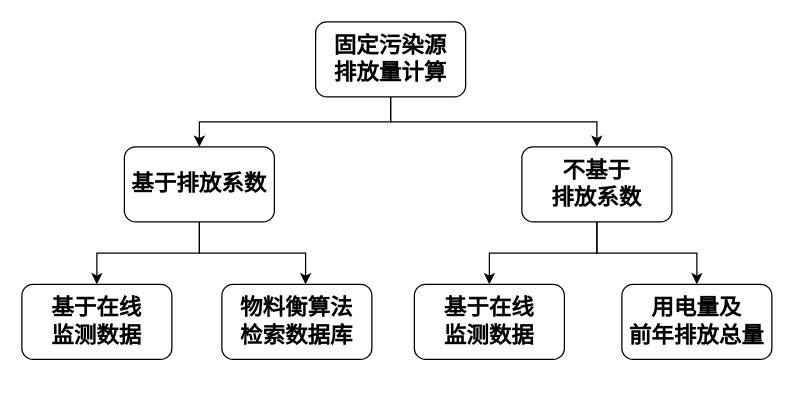
WienWong/Misc keeps this draw.io diagram as 固定污染源计算.drawio. Above is the earlier version. Source tidied: cells renumbered, new cells numbered last; positions are measured from the earlier drawing's top-left corner, leaving out a move shared by most shapes. Both pictures are drawn from the tidied source at 125%, with x=0, y=0 at pixel (21, 21).
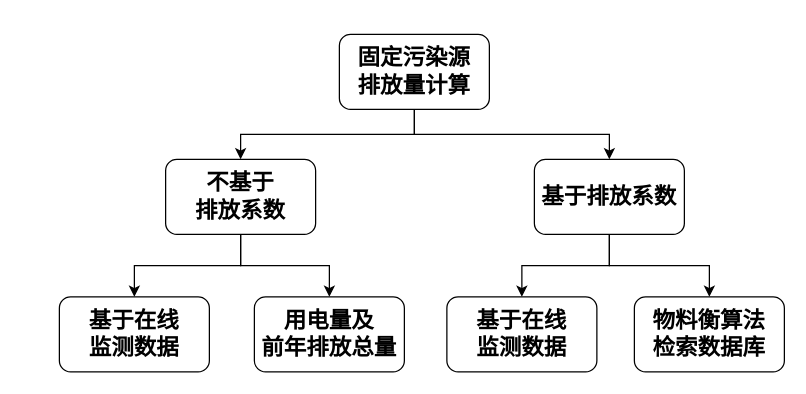
The same page after the edit.

Commit message:
Update 固定污染源计算.drawio

What changed in the source:
```diff
@@
 <mxGraphModel>
   <root>
     <mxCell id="0" />
     <mxCell id="1" parent="0" />
     <mxCell id="2" style="edgeStyle=orthogonalEdgeStyle;rounded=0;jettySize=auto;html=1;exitX=0.5;exitY=1;exitDx=0;exitDy=0;" parent="1" edge="1" source="4" target="10">
       <mxGeometry relative="1" as="geometry" />
     </mxCell>
     <mxCell id="3" style="edgeStyle=orthogonalEdgeStyle;rounded=0;jettySize=auto;html=1;exitX=0.5;exitY=1;exitDx=0;exitDy=0;" parent="1" edge="1" source="4" target="7">
       <mxGeometry relative="1" as="geometry" />
     </mxCell>
     <mxCell id="4" value="&lt;font style=&quot;font-size: 18px&quot;&gt;&lt;b&gt;固定污染源&lt;br&gt;排放量计算&lt;/b&gt;&lt;/font&gt;" style="rounded=1;whiteSpace=wrap;html=1;" parent="1" vertex="1">
-      <mxGeometry x="235" width="120" height="60" as="geometry" />
+      <mxGeometry x="254" y="10" width="120" height="60" as="geometry" />
     </mxCell>
     <mxCell id="5" style="edgeStyle=orthogonalEdgeStyle;rounded=0;jettySize=auto;html=1;exitX=0.5;exitY=1;exitDx=0;exitDy=0;entryX=0.5;entryY=0;entryDx=0;entryDy=0;" parent="1" edge="1" source="7" target="11">
       <mxGeometry relative="1" as="geometry" />
     </mxCell>
     <mxCell id="6" style="edgeStyle=orthogonalEdgeStyle;rounded=0;jettySize=auto;html=1;exitX=0.5;exitY=1;exitDx=0;exitDy=0;entryX=0.5;entryY=0;entryDx=0;entryDy=0;" parent="1" edge="1" source="7" target="12">
       <mxGeometry relative="1" as="geometry" />
     </mxCell>
     <mxCell id="7" value="&lt;font style=&quot;font-size: 18px&quot;&gt;&lt;b&gt;不基于&lt;br&gt;排放系数&lt;/b&gt;&lt;/font&gt;" style="rounded=1;whiteSpace=wrap;html=1;" parent="1" vertex="1">
-      <mxGeometry x="400" y="100" width="120" height="60" as="geometry" />
+      <mxGeometry x="115" y="110" width="120" height="60" as="geometry" />
     </mxCell>
     <mxCell id="8" style="edgeStyle=orthogonalEdgeStyle;rounded=0;jettySize=auto;html=1;exitX=0.5;exitY=1;exitDx=0;exitDy=0;entryX=0.5;entryY=0;entryDx=0;entryDy=0;" parent="1" edge="1" source="10" target="13">
       <mxGeometry relative="1" as="geometry" />
     </mxCell>
-    <mxCell id="9" style="edgeStyle=orthogonalEdgeStyle;rounded=0;jettySize=auto;html=1;exitX=0.5;exitY=1;exitDx=0;exitDy=0;entryX=0.558;entryY=0;entryDx=0;entryDy=0;entryPerimeter=0;" parent="1" edge="1" source="10" target="14">
+    <mxCell id="9" style="edgeStyle=orthogonalEdgeStyle;rounded=0;jettySize=auto;html=1;exitX=0.5;exitY=1;exitDx=0;exitDy=0;entryX=0.5;entryY=0;entryDx=0;entryDy=0;" parent="1" edge="1" source="10" target="14">
       <mxGeometry relative="1" as="geometry" />
     </mxCell>
     <mxCell id="10" value="&lt;font style=&quot;font-size: 18px&quot;&gt;&lt;b&gt;基于排放系数&lt;/b&gt;&lt;/font&gt;" style="rounded=1;whiteSpace=wrap;html=1;" parent="1" vertex="1">
-      <mxGeometry x="82" y="100" width="120" height="60" as="geometry" />
+      <mxGeometry x="410" y="110" width="120" height="60" as="geometry" />
     </mxCell>
     <mxCell id="11" value="&lt;font style=&quot;font-size: 18px&quot;&gt;&lt;b&gt;基于在线&lt;br&gt;监测数据&lt;/b&gt;&lt;/font&gt;" style="rounded=1;whiteSpace=wrap;html=1;" parent="1" vertex="1">
-      <mxGeometry x="314" y="210" width="120" height="60" as="geometry" />
+      <mxGeometry x="30" y="220" width="120" height="60" as="geometry" />
     </mxCell>
     <mxCell id="12" value="&lt;span style=&quot;font-size: 18px&quot;&gt;&lt;b&gt;用电量及&lt;br&gt;前年排放总量&lt;/b&gt;&lt;/span&gt;" style="rounded=1;whiteSpace=wrap;html=1;" parent="1" vertex="1">
-      <mxGeometry x="480" y="210" width="120" height="60" as="geometry" />
+      <mxGeometry x="186" y="220" width="120" height="60" as="geometry" />
     </mxCell>
     <mxCell id="13" value="&lt;font style=&quot;font-size: 18px&quot;&gt;&lt;b&gt;基于在线&lt;br&gt;监测数据&lt;/b&gt;&lt;/font&gt;" style="rounded=1;whiteSpace=wrap;html=1;" parent="1" vertex="1">
-      <mxGeometry y="210" width="120" height="60" as="geometry" />
+      <mxGeometry x="340" y="220" width="120" height="60" as="geometry" />
     </mxCell>
     <mxCell id="14" value="&lt;font style=&quot;font-size: 18px&quot;&gt;&lt;b&gt;物料衡算法&lt;br&gt;检索数据库&lt;/b&gt;&lt;/font&gt;" style="rounded=1;whiteSpace=wrap;html=1;" parent="1" vertex="1">
-      <mxGeometry x="160" y="210" width="120" height="60" as="geometry" />
+      <mxGeometry x="490" y="220" width="120" height="60" as="geometry" />
     </mxCell>
   </root>
 </mxGraphModel>
```
